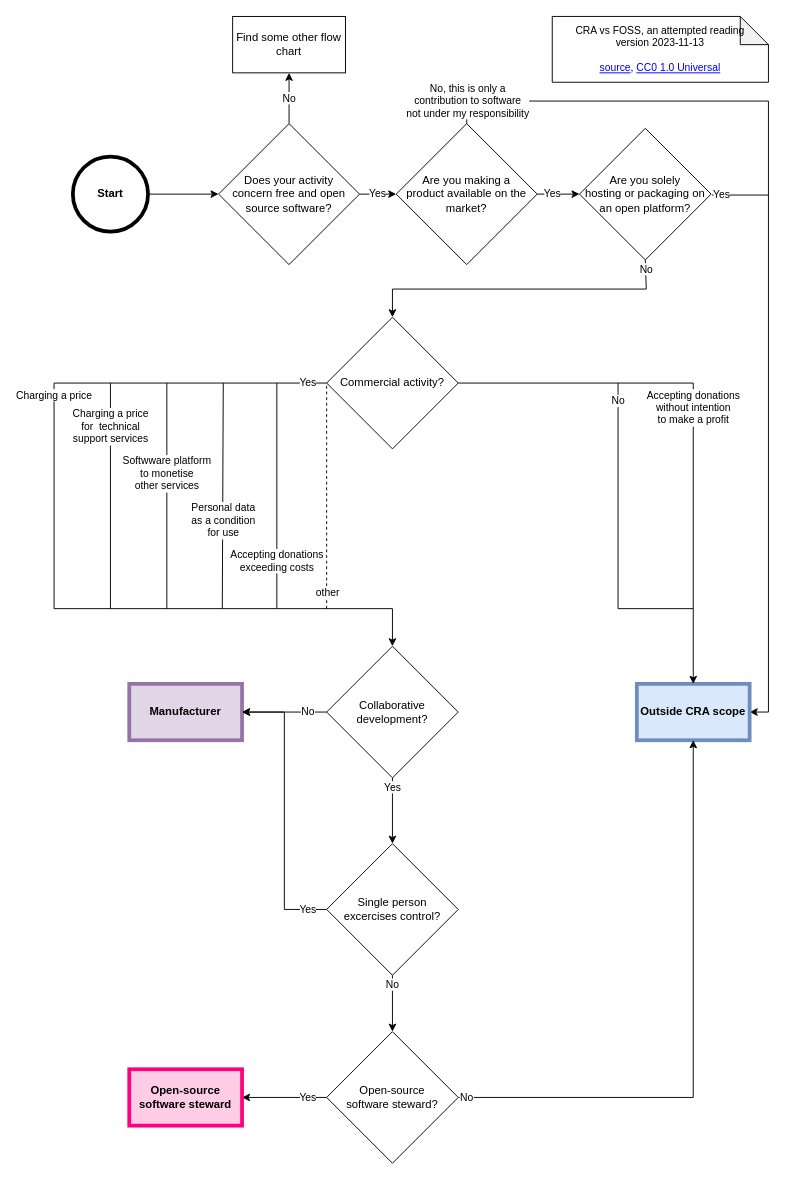
Above: FOSS flowchart.drawio in kappapiana/cra-foss-diagram (draw.io), before the change. Source tidied: cells renumbered, new cells numbered last; positions are measured from the earlier drawing's top-left corner, leaving out a move shared by most shapes. Both pictures are drawn from the tidied source at 94%, with x=0, y=0 at pixel (54, 16).
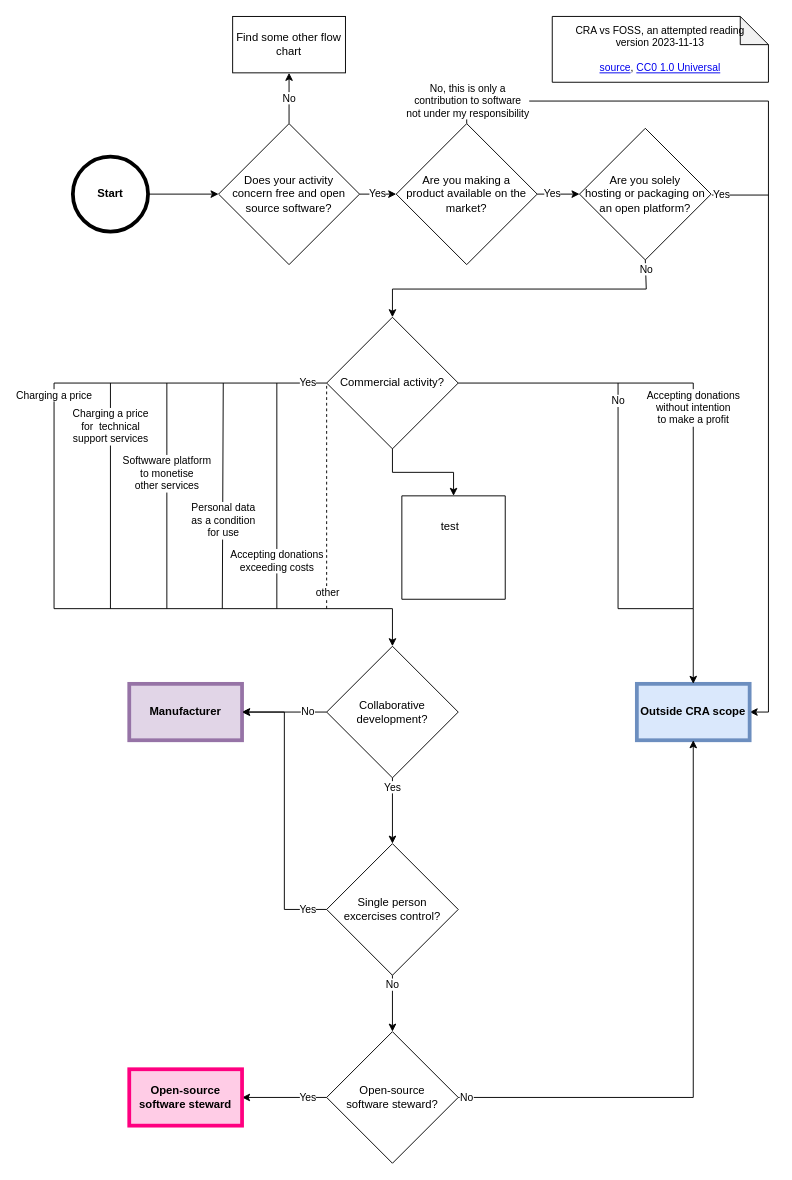
After the change.

Unchanged cells that the change refers to:
```xml
<mxCell id="2" value="Commercial activity?" style="rhombus;whiteSpace=wrap;html=1;fontStyle=0;" parent="1" vertex="1">
  <mxGeometry x="290" y="320" width="140" height="140" as="geometry" />
</mxCell>
```

Change to the diagram source:
```diff
@@
+    <mxCell id="41" style="edgeStyle=orthogonalEdgeStyle;rounded=0;jettySize=auto;html=1;" parent="1" edge="1" source="2" target="42">
+      <mxGeometry relative="1" as="geometry" />
+    </mxCell>
@@
+    <mxCell id="42" style="swimlane;startSize=0;" parent="1" vertex="1">
+      <mxGeometry x="370" y="510" width="110" height="110" as="geometry" />
+    </mxCell>
+    <mxCell id="43" value="test" style="text;html=1;align=center;verticalAlign=middle;strokeColor=none;fillColor=none;" parent="1" vertex="1">
+      <mxGeometry x="401" y="528" width="40" height="30" as="geometry" />
+    </mxCell>
```
